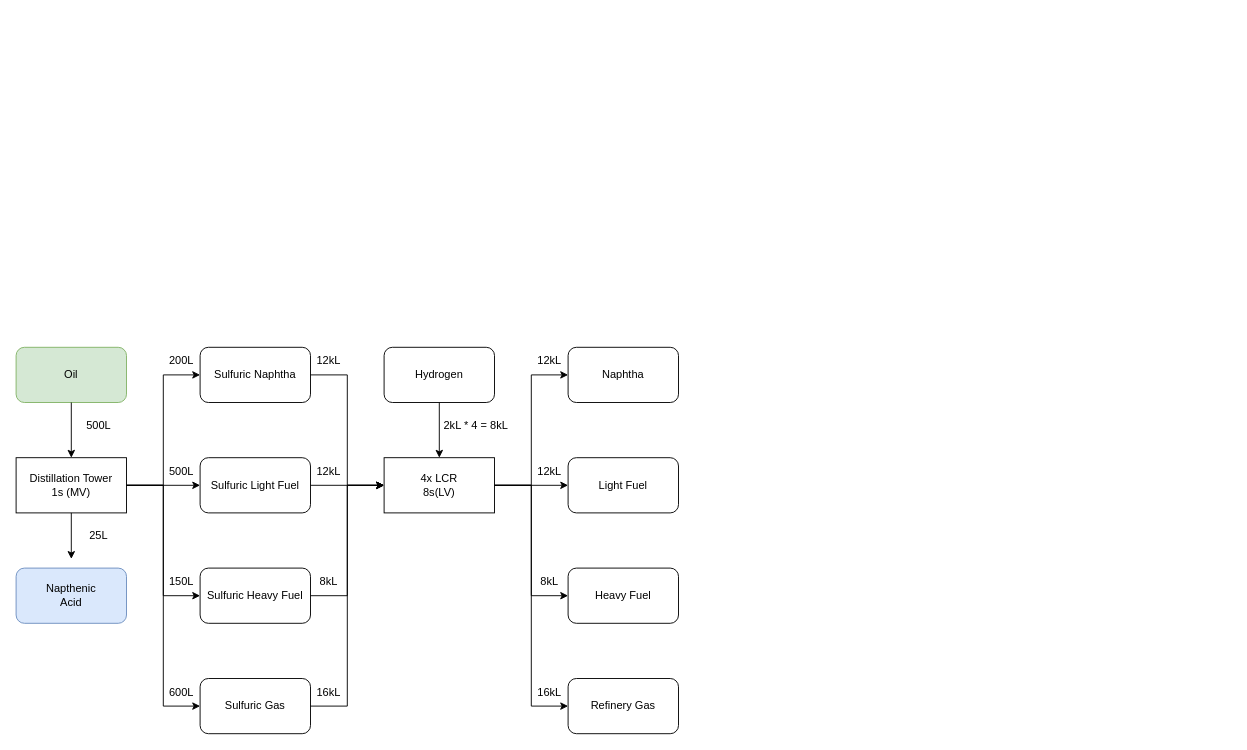
loldapeep/gtnhcharts keeps this draw.io diagram as epoxid.drawio. Above is the earlier version. Source tidied: cells renumbered, new cells numbered last; positions are measured from the earlier drawing's top-left corner, leaving out a move shared by most shapes. Both pictures are drawn from the tidied source at 92%, with x=0, y=0 at pixel (16, 347).
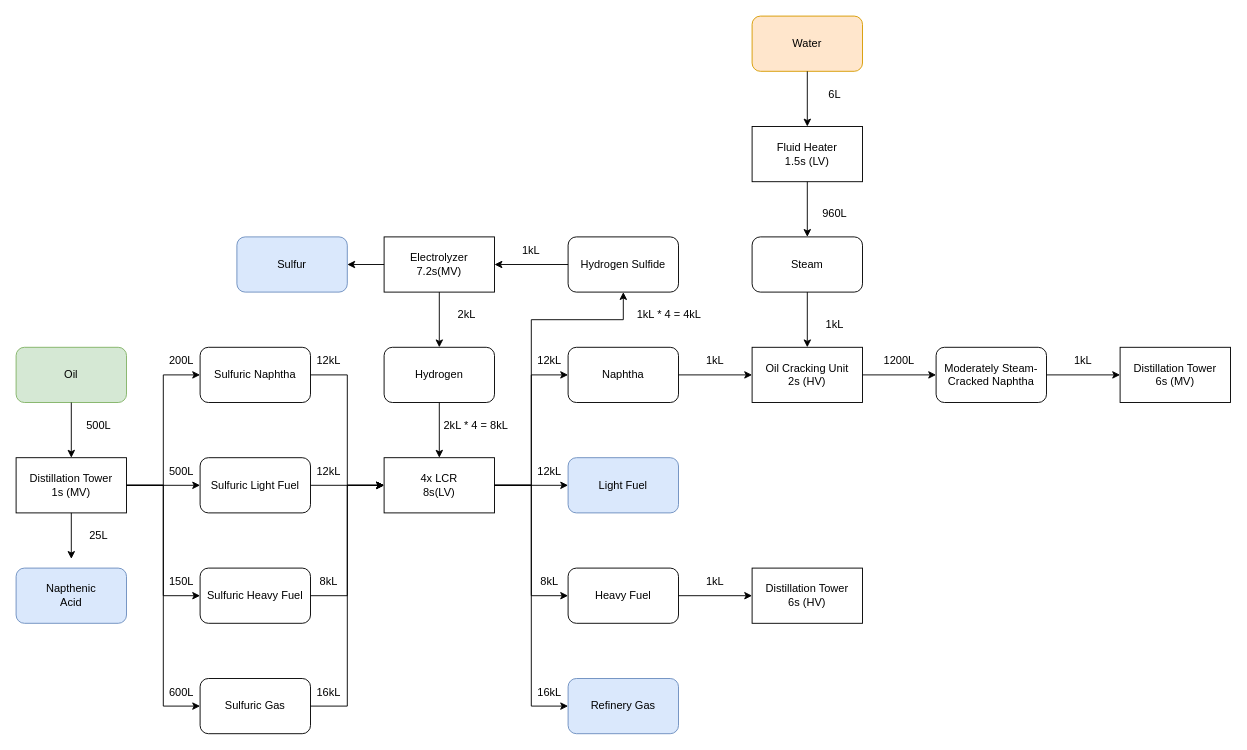
After the change.

Unchanged cells that the change refers to:
```xml
<mxCell id="32" value="Hydrogen" style="rounded=1;whiteSpace=wrap;html=1;" parent="1" vertex="1">
  <mxGeometry x="400" width="120" height="60" as="geometry" />
</mxCell>
<mxCell id="35" value="Naphtha" style="rounded=1;whiteSpace=wrap;html=1;" parent="1" vertex="1">
  <mxGeometry x="600" width="120" height="60" as="geometry" />
</mxCell>
<mxCell id="37" value="Heavy Fuel" style="rounded=1;whiteSpace=wrap;html=1;" parent="1" vertex="1">
  <mxGeometry x="600" y="240" width="120" height="60" as="geometry" />
</mxCell>
```

What changed in the source:
```diff
@@
-    <mxCell id="36" value="Light Fuel" style="rounded=1;whiteSpace=wrap;html=1;" parent="1" vertex="1">
+    <mxCell id="36" value="Light Fuel" style="rounded=1;whiteSpace=wrap;html=1;fillColor=#dae8fc;strokeColor=#6c8ebf;" parent="1" vertex="1">
       <mxGeometry x="600" y="120" width="120" height="60" as="geometry" />
     </mxCell>
@@
-    <mxCell id="38" value="Refinery Gas" style="rounded=1;whiteSpace=wrap;html=1;" parent="1" vertex="1">
+    <mxCell id="38" value="Refinery Gas" style="rounded=1;whiteSpace=wrap;html=1;fillColor=#dae8fc;strokeColor=#6c8ebf;" parent="1" vertex="1">
       <mxGeometry x="600" y="360" width="120" height="60" as="geometry" />
     </mxCell>
@@
+    <mxCell id="47" value="Hydrogen Sulfide" style="rounded=1;whiteSpace=wrap;html=1;" parent="1" vertex="1">
+      <mxGeometry x="600" y="-120" width="120" height="60" as="geometry" />
+    </mxCell>
+    <mxCell id="48" style="endArrow=classic;html=1;rounded=0;" parent="1" edge="1">
+      <mxGeometry relative="1" as="geometry">
+        <mxPoint x="520" y="150" as="sourcePoint" />
+        <mxPoint x="660" y="-60" as="targetPoint" />
+        <Array as="points">
+          <mxPoint x="560" y="150" />
+          <mxPoint x="560" y="-30" />
+          <mxPoint x="660" y="-30" />
+        </Array>
+      </mxGeometry>
+    </mxCell>
+    <mxCell id="49" value="1kL * 4 = 4kL" style="text;html=1;strokeColor=none;fillColor=none;align=center;verticalAlign=middle;whiteSpace=wrap;rounded=0;" parent="1" vertex="1">
+      <mxGeometry x="670" y="-50" width="80" height="30" as="geometry" />
+    </mxCell>
+    <mxCell id="50" value="Electrolyzer&lt;br&gt;7.2s(MV)" style="rounded=0;whiteSpace=wrap;html=1;" parent="1" vertex="1">
+      <mxGeometry x="400" y="-120" width="120" height="60" as="geometry" />
+    </mxCell>
+    <mxCell id="51" style="endArrow=classic;html=1;rounded=0;exitX=0;exitY=0.5;exitDx=0;exitDy=0;entryX=1;entryY=0.5;entryDx=0;entryDy=0;" parent="1" edge="1" source="47" target="50">
+      <mxGeometry relative="1" as="geometry" />
+    </mxCell>
+    <mxCell id="52" value="1kL" style="text;html=1;strokeColor=none;fillColor=none;align=center;verticalAlign=middle;whiteSpace=wrap;rounded=0;" parent="1" vertex="1">
+      <mxGeometry x="530" y="-120" width="60" height="30" as="geometry" />
+    </mxCell>
+    <mxCell id="53" style="endArrow=classic;html=1;rounded=0;exitX=0.5;exitY=1;exitDx=0;exitDy=0;entryX=0.5;entryY=0;entryDx=0;entryDy=0;" parent="1" edge="1" source="50" target="32">
+      <mxGeometry relative="1" as="geometry" />
+    </mxCell>
+    <mxCell id="54" value="2kL" style="text;html=1;strokeColor=none;fillColor=none;align=center;verticalAlign=middle;whiteSpace=wrap;rounded=0;" parent="1" vertex="1">
+      <mxGeometry x="460" y="-50" width="60" height="30" as="geometry" />
+    </mxCell>
+    <mxCell id="55" style="endArrow=classic;html=1;rounded=0;exitX=0;exitY=0.5;exitDx=0;exitDy=0;" parent="1" edge="1" source="50" target="56">
+      <mxGeometry relative="1" as="geometry" />
+    </mxCell>
+    <mxCell id="56" value="Sulfur" style="rounded=1;whiteSpace=wrap;html=1;fillColor=#dae8fc;strokeColor=#6c8ebf;" parent="1" vertex="1">
+      <mxGeometry x="240" y="-120" width="120" height="60" as="geometry" />
+    </mxCell>
+    <mxCell id="57" value="Water" style="rounded=1;whiteSpace=wrap;html=1;fillColor=#ffe6cc;strokeColor=#d79b00;" parent="1" vertex="1">
+      <mxGeometry x="800" y="-360" width="120" height="60" as="geometry" />
+    </mxCell>
+    <mxCell id="58" style="endArrow=classic;html=1;rounded=0;exitX=0.5;exitY=1;exitDx=0;exitDy=0;" parent="1" edge="1" source="57">
+      <mxGeometry relative="1" as="geometry">
+        <mxPoint x="860" y="-240" as="targetPoint" />
+      </mxGeometry>
+    </mxCell>
+    <mxCell id="59" value="6L" style="text;html=1;strokeColor=none;fillColor=none;align=center;verticalAlign=middle;whiteSpace=wrap;rounded=0;" parent="1" vertex="1">
+      <mxGeometry x="860" y="-290" width="60" height="30" as="geometry" />
+    </mxCell>
+    <mxCell id="60" value="Fluid Heater&lt;br&gt;1.5s (LV)" style="rounded=0;whiteSpace=wrap;html=1;" parent="1" vertex="1">
+      <mxGeometry x="800" y="-240" width="120" height="60" as="geometry" />
+    </mxCell>
+    <mxCell id="61" style="endArrow=classic;html=1;rounded=0;exitX=0.5;exitY=1;exitDx=0;exitDy=0;" parent="1" edge="1" source="60">
+      <mxGeometry relative="1" as="geometry">
+        <mxPoint x="860" y="-120" as="targetPoint" />
+      </mxGeometry>
+    </mxCell>
+    <mxCell id="62" value="Steam" style="rounded=1;whiteSpace=wrap;html=1;" parent="1" vertex="1">
+      <mxGeometry x="800" y="-120" width="120" height="60" as="geometry" />
+    </mxCell>
+    <mxCell id="63" value="960L" style="text;html=1;strokeColor=none;fillColor=none;align=center;verticalAlign=middle;whiteSpace=wrap;rounded=0;" parent="1" vertex="1">
+      <mxGeometry x="860" y="-160" width="60" height="30" as="geometry" />
+    </mxCell>
+    <mxCell id="64" value="Oil Cracking Unit&lt;br&gt;2s (HV)" style="rounded=0;whiteSpace=wrap;html=1;" parent="1" vertex="1">
+      <mxGeometry x="800" width="120" height="60" as="geometry" />
+    </mxCell>
+    <mxCell id="65" style="endArrow=classic;html=1;rounded=0;exitX=1;exitY=0.5;exitDx=0;exitDy=0;" parent="1" edge="1" source="35">
+      <mxGeometry relative="1" as="geometry">
+        <mxPoint x="800" y="30" as="targetPoint" />
+      </mxGeometry>
+    </mxCell>
+    <mxCell id="66" style="endArrow=classic;html=1;rounded=0;exitX=0.5;exitY=1;exitDx=0;exitDy=0;entryX=0.5;entryY=0;entryDx=0;entryDy=0;" parent="1" edge="1" source="62" target="64">
+      <mxGeometry relative="1" as="geometry" />
+    </mxCell>
+    <mxCell id="67" style="endArrow=classic;html=1;rounded=0;exitX=1;exitY=0.5;exitDx=0;exitDy=0;" parent="1" edge="1" source="64">
+      <mxGeometry relative="1" as="geometry">
+        <mxPoint x="1000" y="30" as="targetPoint" />
+      </mxGeometry>
+    </mxCell>
+    <mxCell id="68" value="Moderately Steam-Cracked Naphtha" style="rounded=1;whiteSpace=wrap;html=1;" parent="1" vertex="1">
+      <mxGeometry x="1000" width="120" height="60" as="geometry" />
+    </mxCell>
+    <mxCell id="69" style="endArrow=classic;html=1;rounded=0;exitX=1;exitY=0.5;exitDx=0;exitDy=0;" parent="1" edge="1" source="68">
+      <mxGeometry relative="1" as="geometry">
+        <mxPoint x="1200" y="30" as="targetPoint" />
+      </mxGeometry>
+    </mxCell>
+    <mxCell id="70" value="Distillation Tower&lt;br&gt;6s (MV)" style="rounded=0;whiteSpace=wrap;html=1;" parent="1" vertex="1">
+      <mxGeometry x="1200" width="120" height="60" as="geometry" />
+    </mxCell>
+    <mxCell id="71" value="1kL" style="text;html=1;strokeColor=none;fillColor=none;align=center;verticalAlign=middle;whiteSpace=wrap;rounded=0;" parent="1" vertex="1">
+      <mxGeometry x="860" y="-40" width="60" height="30" as="geometry" />
+    </mxCell>
+    <mxCell id="72" value="1kL" style="text;html=1;strokeColor=none;fillColor=none;align=center;verticalAlign=middle;whiteSpace=wrap;rounded=0;" parent="1" vertex="1">
+      <mxGeometry x="730" width="60" height="30" as="geometry" />
+    </mxCell>
+    <mxCell id="73" value="1200L" style="text;html=1;strokeColor=none;fillColor=none;align=center;verticalAlign=middle;whiteSpace=wrap;rounded=0;" parent="1" vertex="1">
+      <mxGeometry x="930" width="60" height="30" as="geometry" />
+    </mxCell>
+    <mxCell id="74" value="1kL" style="text;html=1;strokeColor=none;fillColor=none;align=center;verticalAlign=middle;whiteSpace=wrap;rounded=0;" parent="1" vertex="1">
+      <mxGeometry x="1130" width="60" height="30" as="geometry" />
+    </mxCell>
+    <mxCell id="75" value="Distillation Tower&lt;br&gt;6s (HV)" style="rounded=0;whiteSpace=wrap;html=1;" parent="1" vertex="1">
+      <mxGeometry x="800" y="240" width="120" height="60" as="geometry" />
+    </mxCell>
+    <mxCell id="76" style="endArrow=classic;html=1;rounded=0;exitX=1;exitY=0.5;exitDx=0;exitDy=0;entryX=0;entryY=0.5;entryDx=0;entryDy=0;" parent="1" edge="1" source="37" target="75">
+      <mxGeometry relative="1" as="geometry" />
+    </mxCell>
+    <mxCell id="77" value="1kL" style="text;html=1;strokeColor=none;fillColor=none;align=center;verticalAlign=middle;whiteSpace=wrap;rounded=0;" parent="1" vertex="1">
+      <mxGeometry x="730" y="240" width="60" height="30" as="geometry" />
+    </mxCell>
```
